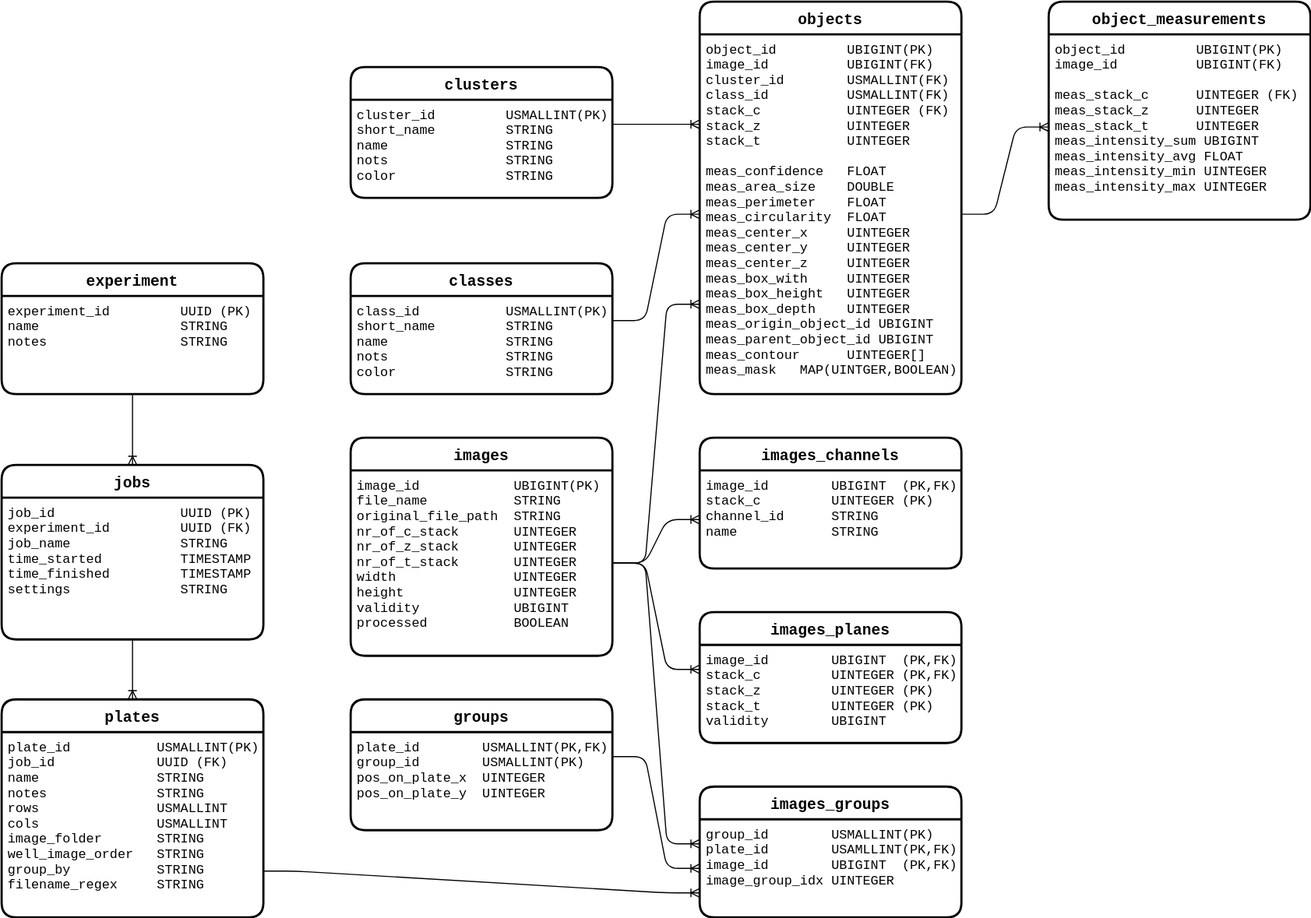
Before: doc/database_schema.drawio.svg, a diagram exported from draw.io (joda01/imagec). Source tidied: cells renumbered, new cells last; positions are measured from the earlier drawing's top-left corner, leaving out a move shared by most shapes.
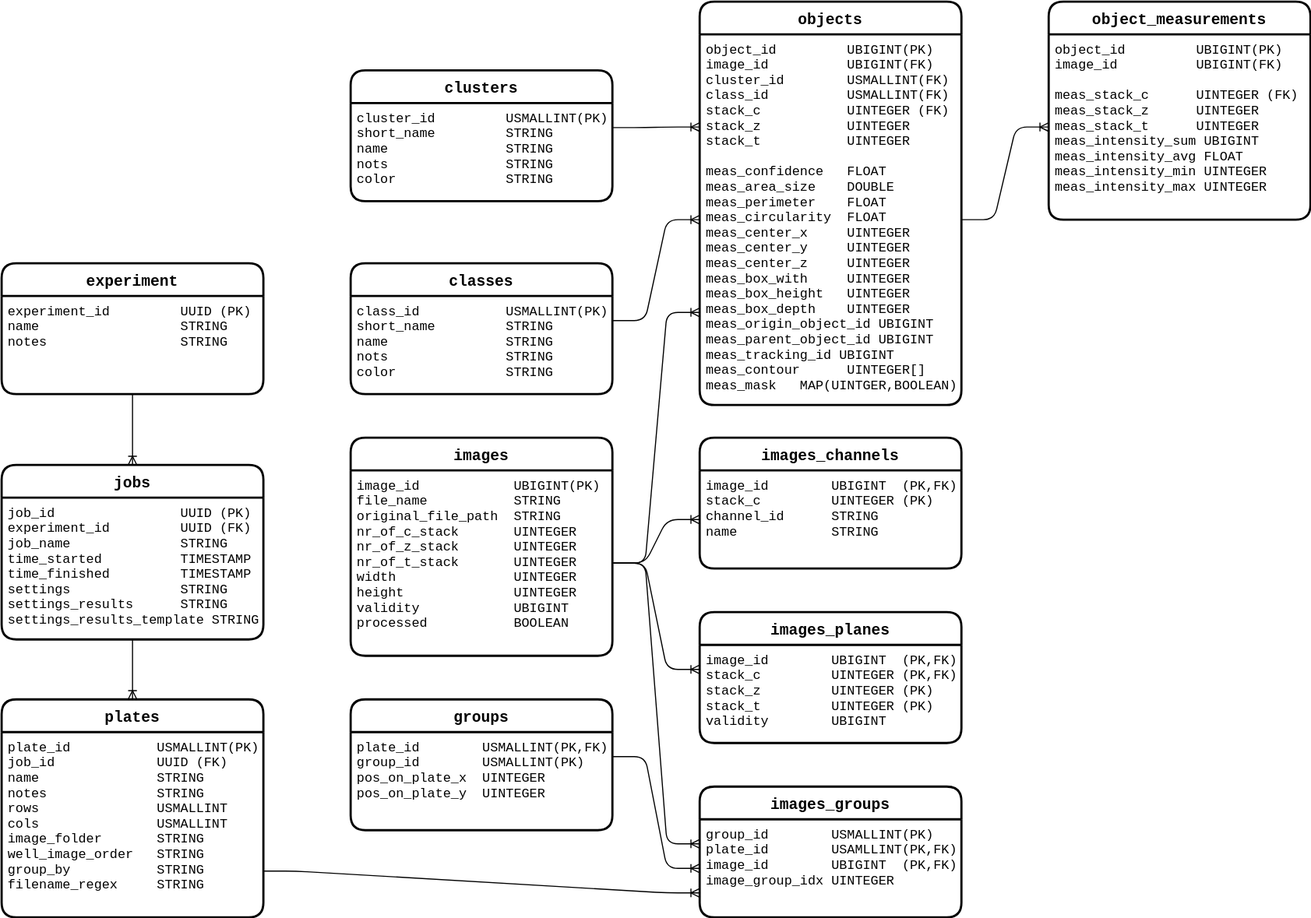
Above is the later version.

What changed in the source:
```diff
@@ -11,7 +11,7 @@
     <mxCell id="4" value="jobs" style="swimlane;horizontal=1;startSize=30;rounded=1;fontSize=14;fontStyle=1;strokeWidth=2;shadow=0;dashed=0;align=center;swimlaneLine=1;swimlaneHead=1;swimlaneBody=1;overflow=visible;fontFamily=Courier New;" parent="1" vertex="1">
       <mxGeometry y="425" width="240" height="160" as="geometry" />
     </mxCell>
-    <mxCell id="5" value="job_id                UUID (PK)&#10;experiment_id         UUID (FK)&#10;job_name              STRING&#10;time_started          TIMESTAMP&#10;time_finished         TIMESTAMP&#10;settings              STRING" style="align=left;strokeColor=none;fillColor=none;spacingLeft=4;fontSize=12;verticalAlign=top;fontStyle=0;fontFamily=Courier New;" parent="4" vertex="1">
+    <mxCell id="5" value="job_id                UUID (PK)&#10;experiment_id         UUID (FK)&#10;job_name              STRING&#10;time_started          TIMESTAMP&#10;time_finished         TIMESTAMP&#10;settings              STRING&#10;settings_results      STRING&#10;settings_results_template STRING" style="align=left;strokeColor=none;fillColor=none;spacingLeft=4;fontSize=12;verticalAlign=top;fontStyle=0;fontFamily=Courier New;" parent="4" vertex="1">
       <mxGeometry y="30" width="240" height="130" as="geometry" />
     </mxCell>
     <mxCell id="6" style="fontSize=12;html=1;endArrow=ERoneToMany;fontFamily=Courier New;exitX=0.5;exitY=1;exitDx=0;exitDy=0;entryX=0.5;entryY=0;entryDx=0;entryDy=0;" parent="1" edge="1" source="3" target="4">
@@ -33,7 +33,7 @@
       <mxGeometry y="30" width="240" height="90" as="geometry" />
     </mxCell>
     <mxCell id="12" value="clusters" style="swimlane;horizontal=1;startSize=30;rounded=1;fontSize=14;fontStyle=1;strokeWidth=2;shadow=0;dashed=0;align=center;swimlaneLine=1;swimlaneHead=1;swimlaneBody=1;overflow=visible;fontFamily=Courier New;" parent="1" vertex="1">
-      <mxGeometry x="320" y="60" width="240" height="120" as="geometry" />
+      <mxGeometry x="320" y="63" width="240" height="120" as="geometry" />
     </mxCell>
     <mxCell id="13" value="cluster_id         USMALLINT(PK)&#10;short_name         STRING&#10;name               STRING&#10;nots               STRING&#10;color              STRING" style="align=left;strokeColor=none;fillColor=none;spacingLeft=4;fontSize=12;verticalAlign=top;fontStyle=0;fontFamily=Courier New;" parent="12" vertex="1">
       <mxGeometry y="30" width="240" height="90" as="geometry" />
@@ -63,10 +63,10 @@
       <mxGeometry y="30" width="240" height="90" as="geometry" />
     </mxCell>
     <mxCell id="22" value="objects" style="swimlane;horizontal=1;startSize=30;rounded=1;fontSize=14;fontStyle=1;strokeWidth=2;shadow=0;dashed=0;align=center;swimlaneLine=1;swimlaneHead=1;swimlaneBody=1;overflow=visible;fontFamily=Courier New;" parent="1" vertex="1">
-      <mxGeometry x="640" width="240" height="360" as="geometry" />
+      <mxGeometry x="640" width="240" height="370" as="geometry" />
     </mxCell>
-    <mxCell id="23" value="object_id         UBIGINT(PK)&#10;image_id          UBIGINT(FK)&#10;cluster_id        USMALLINT(FK)&#10;class_id          USMALLINT(FK)&#10;stack_c           UINTEGER (FK)&#10;stack_z           UINTEGER&#10;stack_t           UINTEGER&#10;&#10;meas_confidence   FLOAT&#10;meas_area_size    DOUBLE&#10;meas_perimeter    FLOAT&#10;meas_circularity  FLOAT&#10;meas_center_x     UINTEGER&#10;meas_center_y     UINTEGER&#10;meas_center_z     UINTEGER&#10;meas_box_with     UINTEGER&#10;meas_box_height   UINTEGER&#10;meas_box_depth    UINTEGER&#10;meas_origin_object_id UBIGINT&#10;meas_parent_object_id UBIGINT&#10;meas_contour      UINTEGER[]&#10;meas_mask   MAP(UINTGER,BOOLEAN)" style="align=left;strokeColor=none;fillColor=none;spacingLeft=4;fontSize=12;verticalAlign=top;fontStyle=0;fontFamily=Courier New;" parent="22" vertex="1">
-      <mxGeometry y="30" width="240" height="330" as="geometry" />
+    <mxCell id="23" value="object_id         UBIGINT(PK)&#10;image_id          UBIGINT(FK)&#10;cluster_id        USMALLINT(FK)&#10;class_id          USMALLINT(FK)&#10;stack_c           UINTEGER (FK)&#10;stack_z           UINTEGER&#10;stack_t           UINTEGER&#10;&#10;meas_confidence   FLOAT&#10;meas_area_size    DOUBLE&#10;meas_perimeter    FLOAT&#10;meas_circularity  FLOAT&#10;meas_center_x     UINTEGER&#10;meas_center_y     UINTEGER&#10;meas_center_z     UINTEGER&#10;meas_box_with     UINTEGER&#10;meas_box_height   UINTEGER&#10;meas_box_depth    UINTEGER&#10;meas_origin_object_id UBIGINT&#10;meas_parent_object_id UBIGINT&#10;meas_tracking_id UBIGINT&#10;meas_contour      UINTEGER[]&#10;meas_mask   MAP(UINTGER,BOOLEAN)" style="align=left;strokeColor=none;fillColor=none;spacingLeft=4;fontSize=12;verticalAlign=top;fontStyle=0;fontFamily=Courier New;" parent="22" vertex="1">
+      <mxGeometry y="30" width="240" height="340" as="geometry" />
     </mxCell>
     <mxCell id="24" value="object_measurements" style="swimlane;horizontal=1;startSize=30;rounded=1;fontSize=14;fontStyle=1;strokeWidth=2;shadow=0;dashed=0;align=center;swimlaneLine=1;swimlaneHead=1;swimlaneBody=1;overflow=visible;fontFamily=Courier New;" parent="1" vertex="1">
       <mxGeometry x="960" width="240" height="200" as="geometry" />
```
